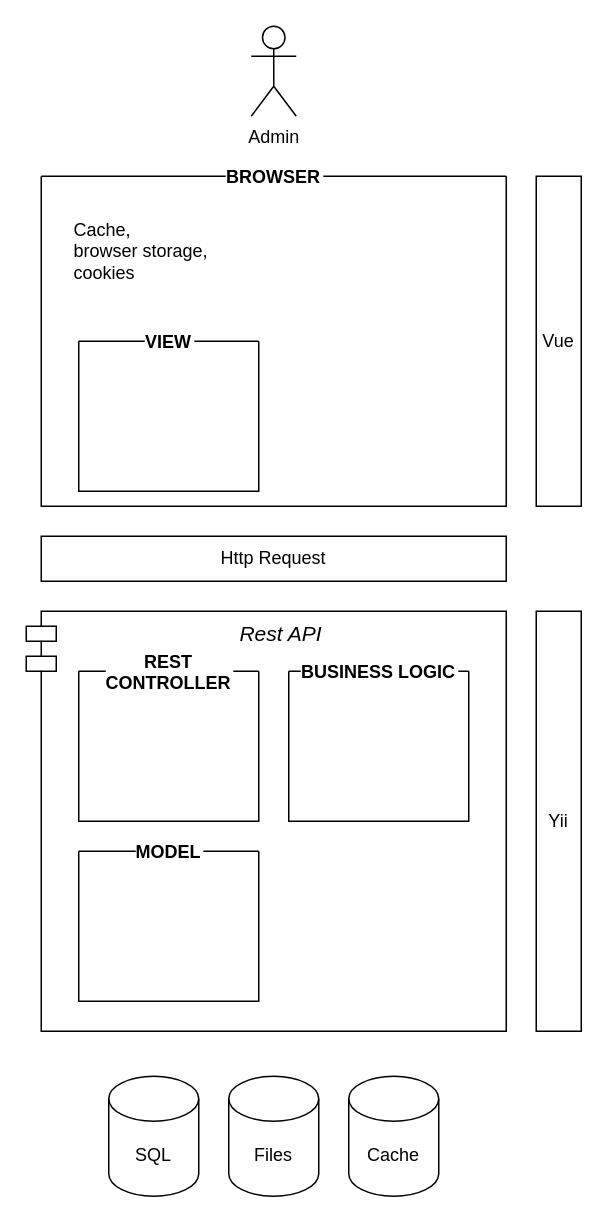
Earlier version of the draw.io diagram Rest arch.drawio (olleharstedt/diagrams.net). Source tidied: cells renumbered, new cells numbered last; positions are measured from the earlier drawing's top-left corner, leaving out a move shared by most shapes. Both pictures are drawn from the tidied source at 150%, with x=0, y=0 at pixel (26, 26).
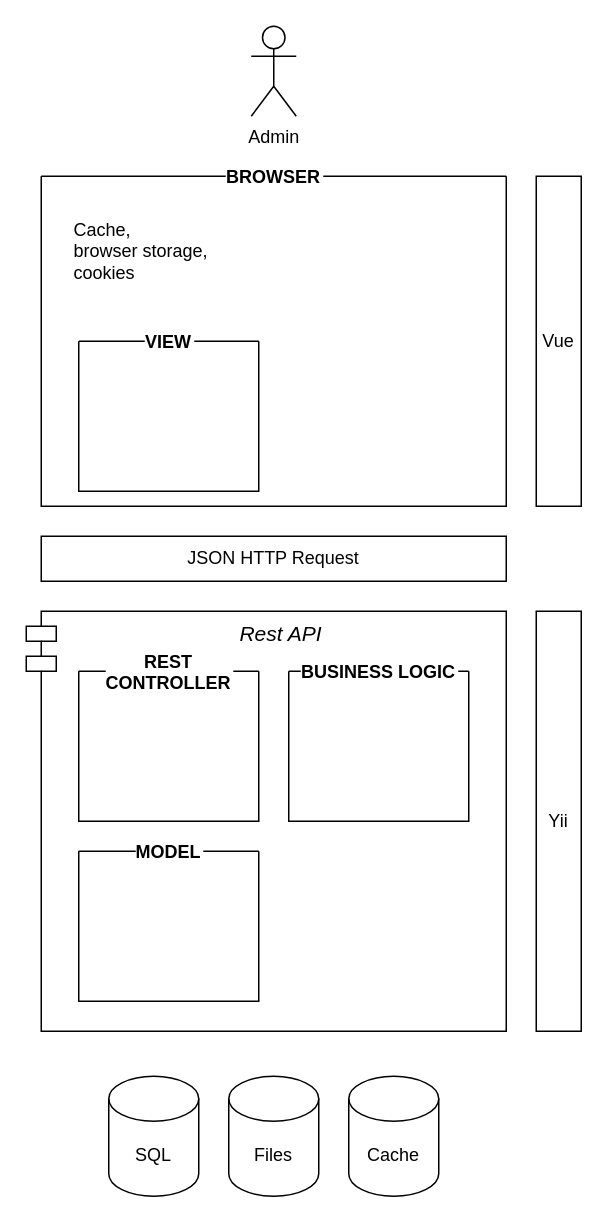
Above is the later version.

What changed in the source:
```diff
@@
 <mxGraphModel>
   <root>
     <mxCell id="0" />
     <mxCell id="1" parent="0" />
     <mxCell id="2" value="SQL" style="shape=cylinder3;whiteSpace=wrap;html=1;boundedLbl=1;backgroundOutline=1;size=15;" parent="1" vertex="1">
       <mxGeometry x="55" y="700" width="60" height="80" as="geometry" />
     </mxCell>
     <mxCell id="3" value="Admin" style="shape=umlActor;verticalLabelPosition=bottom;verticalAlign=top;html=1;" parent="1" vertex="1">
       <mxGeometry x="150" width="30" height="60" as="geometry" />
     </mxCell>
-    <mxCell id="4" value="Http Request" style="rounded=0;whiteSpace=wrap;html=1;" parent="1" vertex="1">
+    <mxCell id="4" value="&lt;div&gt;JSON HTTP Request&lt;/div&gt;" style="rounded=0;whiteSpace=wrap;html=1;" parent="1" vertex="1">
       <mxGeometry x="10" y="340" width="310" height="30" as="geometry" />
     </mxCell>
     <mxCell id="5" value="BROWSER" style="swimlane;startSize=0;labelBackgroundColor=#ffffff;" parent="1" vertex="1">
       <mxGeometry x="10" y="100" width="310" height="220" as="geometry" />
     </mxCell>
     <mxCell id="6" value="&lt;div align=&quot;left&quot;&gt;Cache,&lt;br&gt;&lt;/div&gt;&lt;div align=&quot;left&quot;&gt;browser storage,&lt;/div&gt;&lt;div align=&quot;left&quot;&gt;cookies&lt;/div&gt;" style="text;html=1;strokeColor=none;fillColor=none;align=left;verticalAlign=middle;whiteSpace=wrap;rounded=0;" parent="5" vertex="1">
       <mxGeometry x="20" y="40" width="130" height="20" as="geometry" />
     </mxCell>
     <mxCell id="7" value="Files" style="shape=cylinder3;whiteSpace=wrap;html=1;boundedLbl=1;backgroundOutline=1;size=15;" parent="1" vertex="1">
       <mxGeometry x="135" y="700" width="60" height="80" as="geometry" />
     </mxCell>
     <mxCell id="8" value="Cache" style="shape=cylinder3;whiteSpace=wrap;html=1;boundedLbl=1;backgroundOutline=1;size=15;" parent="1" vertex="1">
       <mxGeometry x="215" y="700" width="60" height="80" as="geometry" />
     </mxCell>
     <mxCell id="9" value="Yii" style="rounded=0;whiteSpace=wrap;html=1;direction=south;" parent="1" vertex="1">
       <mxGeometry x="340" y="390" width="30" height="280" as="geometry" />
     </mxCell>
     <mxCell id="10" value="Vue" style="rounded=0;whiteSpace=wrap;html=1;direction=south;" parent="1" vertex="1">
       <mxGeometry x="340" y="100" width="30" height="220" as="geometry" />
     </mxCell>
     <mxCell id="11" value="Rest API" style="shape=module;align=left;spacingLeft=20;align=center;verticalAlign=top;fillColor=none;fontStyle=2;fontSize=14;" parent="1" vertex="1">
       <mxGeometry y="390" width="320" height="280" as="geometry" />
     </mxCell>
     <mxCell id="12" value="BUSINESS LOGIC" style="swimlane;startSize=0;labelBackgroundColor=#ffffff;" parent="1" vertex="1">
       <mxGeometry x="175" y="430" width="120" height="100" as="geometry" />
     </mxCell>
     <mxCell id="13" value="REST&#10;CONTROLLER" style="swimlane;startSize=0;labelBackgroundColor=#ffffff;" parent="1" vertex="1">
       <mxGeometry x="35" y="430" width="120" height="100" as="geometry" />
     </mxCell>
     <mxCell id="14" value="MODEL" style="swimlane;startSize=0;labelBackgroundColor=#ffffff;labelBorderColor=none;" parent="1" vertex="1">
       <mxGeometry x="35" y="550" width="120" height="100" as="geometry" />
     </mxCell>
     <mxCell id="15" value="VIEW" style="swimlane;startSize=0;labelBackgroundColor=#ffffff;" parent="1" vertex="1">
       <mxGeometry x="35" y="210" width="120" height="100" as="geometry" />
     </mxCell>
   </root>
 </mxGraphModel>
```
